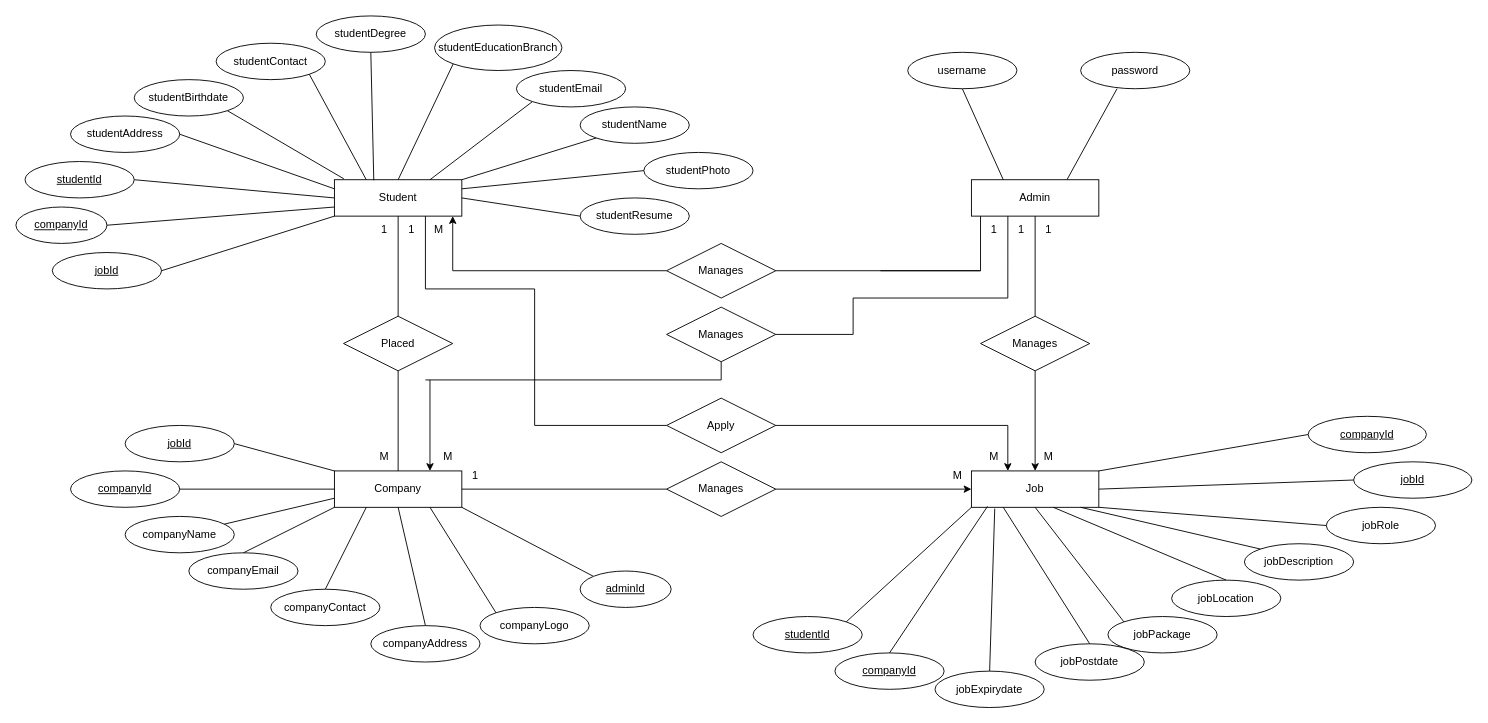
Earlier version of the draw.io diagram Untitled Diagram.drawio (RahelSane/RahelSane-6772-Core-Java-Project-). Source tidied: cells renumbered, new cells numbered last; positions are measured from the earlier drawing's top-left corner, leaving out a move shared by most shapes. Both pictures are drawn from the tidied source at 91%, with x=0, y=0 at pixel (15, 15).
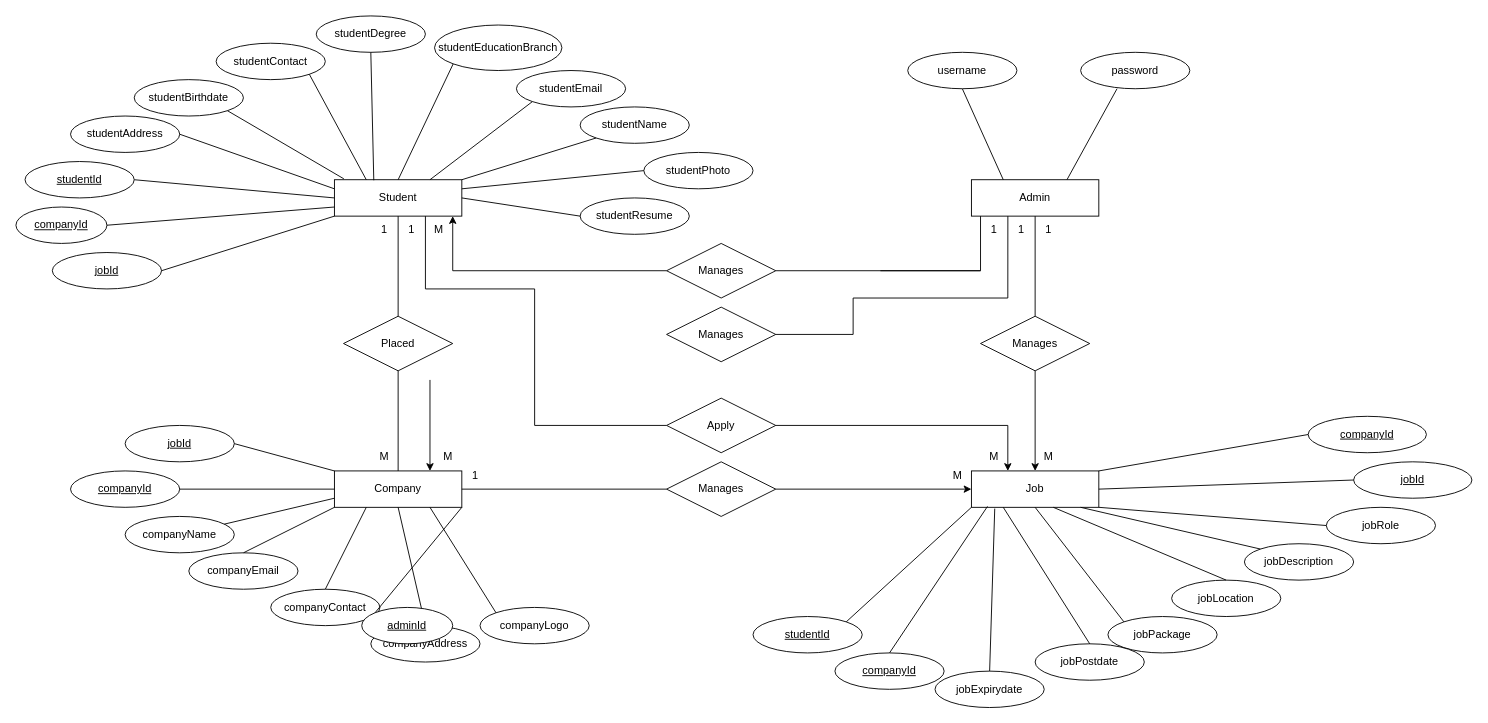
The same diagram, later.

Unchanged cells that the change refers to:
```xml
<mxCell id="69" value="Manages" style="shape=rhombus;perimeter=rhombusPerimeter;whiteSpace=wrap;html=1;align=center;" parent="1" vertex="1">
  <mxGeometry x="715" y="320" width="120" height="60" as="geometry" />
</mxCell>
```

The edit, as a diff of the source:
```diff
@@
     <mxCell id="39" value="adminId" style="ellipse;whiteSpace=wrap;html=1;align=center;fontStyle=4;" parent="1" vertex="1">
-      <mxGeometry x="620" y="610" width="100" height="40" as="geometry" />
+      <mxGeometry x="380" y="650" width="100" height="40" as="geometry" />
     </mxCell>
@@
-    <mxCell id="83" style="endArrow=none;html=1;rounded=0;entryX=0.5;entryY=1;entryDx=0;entryDy=0;" parent="1" edge="1" target="69">
-      <mxGeometry relative="1" as="geometry">
-        <mxPoint x="450" y="400" as="sourcePoint" />
-        <Array as="points">
-          <mxPoint x="775" y="400" />
-        </Array>
-      </mxGeometry>
-    </mxCell>
```
